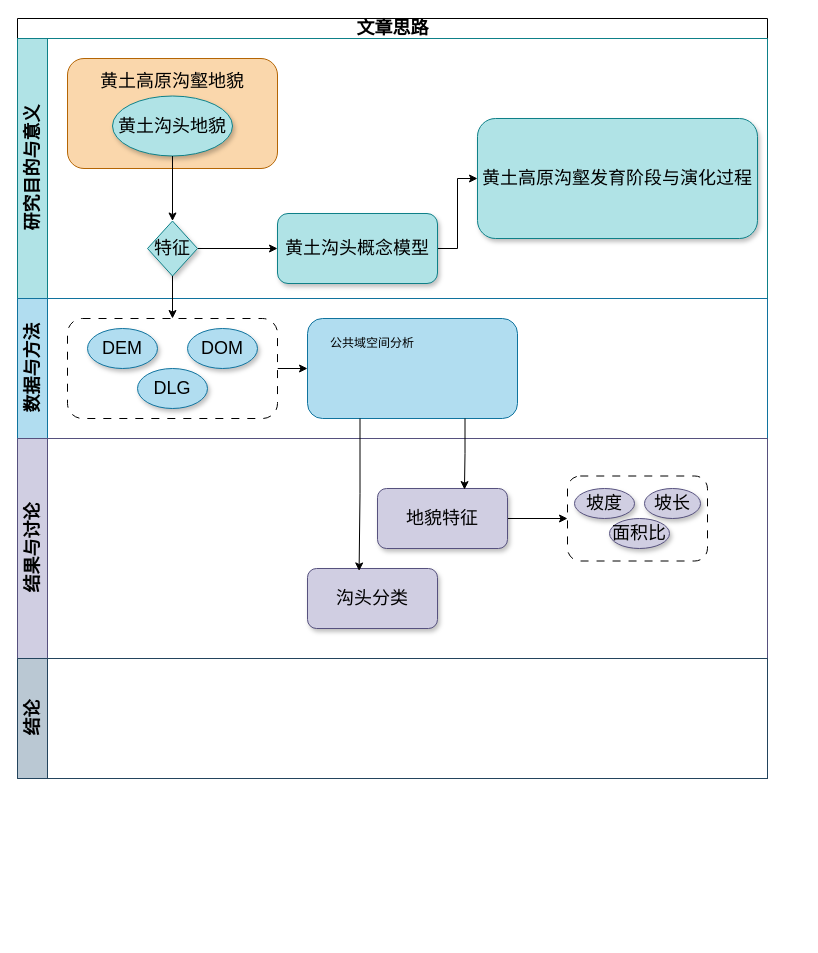
The draw.io diagram Genglish论文思维导图.drawio in lesmorts/Notes, before the edit. Source tidied: cells renumbered, new cells numbered last; positions are measured from the earlier drawing's top-left corner, leaving out a move shared by most shapes. Both pictures are drawn from the tidied source at 100%, with x=0, y=0 at pixel (17, 18).
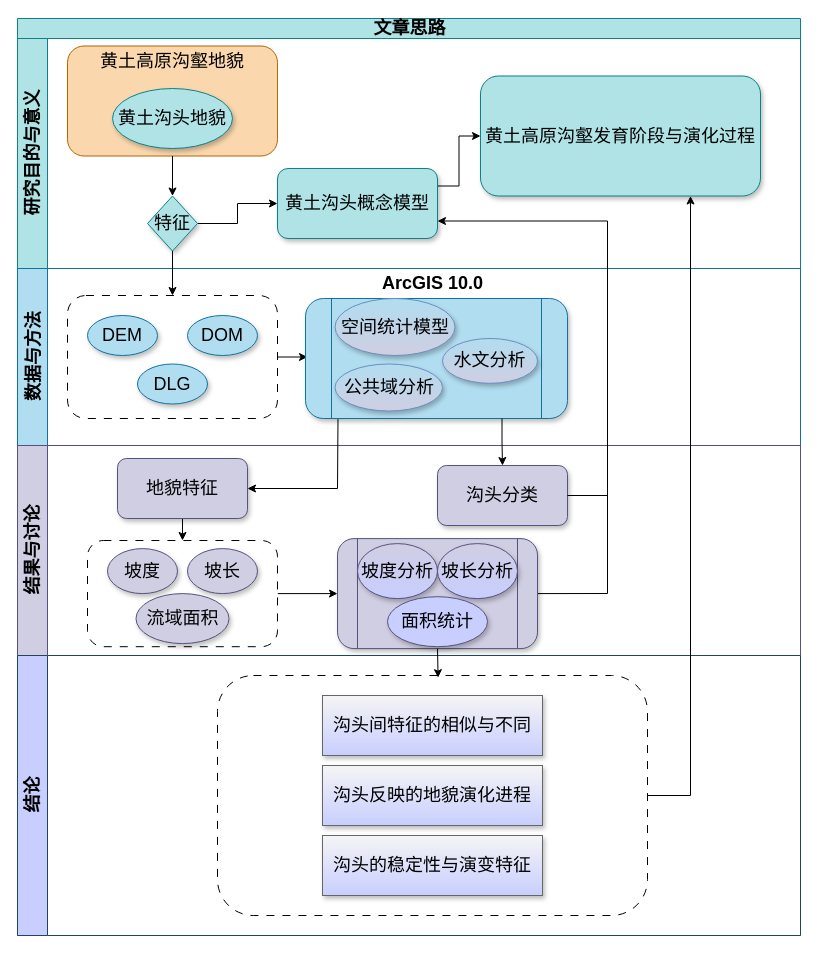
After the change.

Commit message:
更新Genglish论文思维导图.drawio

What changed in the source:
```diff
@@
-    <mxCell id="2" value="文章思路" style="swimlane;html=1;horizontal=1;startSize=20;swimlaneFillColor=default;direction=east;align=center;flipH=0;flipV=0;labelPosition=center;verticalLabelPosition=middle;verticalAlign=middle;fontSize=18;" parent="1" vertex="1">
-      <mxGeometry width="750" height="760" as="geometry" />
+    <mxCell id="2" value="文章思路" style="swimlane;html=1;horizontal=1;startSize=20;swimlaneFillColor=default;direction=east;align=center;flipH=0;flipV=0;labelPosition=center;verticalLabelPosition=middle;verticalAlign=middle;fontSize=18;fillColor=#b0e3e6;strokeColor=#0e8088;" parent="1" vertex="1">
+      <mxGeometry width="783" height="917" as="geometry" />
     </mxCell>
     <mxCell id="3" value="研究目的与意义" style="swimlane;html=1;startSize=30;horizontal=0;fontSize=18;fillColor=#b0e3e6;strokeColor=#0e8088;" parent="2" vertex="1">
-      <mxGeometry y="20" width="750" height="260" as="geometry" />
+      <mxGeometry y="20" width="783" height="230" as="geometry" />
     </mxCell>
     <mxCell id="4" style="rounded=1;whiteSpace=wrap;html=1;strokeColor=#b46504;align=center;verticalAlign=middle;swimlaneFillColor=default;fontFamily=Helvetica;fontSize=18;fontStyle=1;fillColor=#fad7ac;" parent="3" vertex="1">
-      <mxGeometry x="50" y="20" width="210" height="110" as="geometry" />
+      <mxGeometry x="50" y="7.5" width="210" height="110" as="geometry" />
     </mxCell>
     <mxCell id="5" value="&lt;span style=&quot;font-weight: normal; font-size: 18px;&quot;&gt;黄土沟头地貌&lt;/span&gt;" style="ellipse;whiteSpace=wrap;html=1;strokeColor=#0e8088;align=center;verticalAlign=middle;swimlaneFillColor=default;fontFamily=Helvetica;fontSize=18;fontStyle=1;fillColor=#b0e3e6;shadow=1;" parent="3" vertex="1">
-      <mxGeometry x="95" y="57.5" width="120" height="60" as="geometry" />
+      <mxGeometry x="95" y="50" width="120" height="60" as="geometry" />
     </mxCell>
     <mxCell id="6" value="&lt;span style=&quot;font-weight: normal; font-size: 18px;&quot;&gt;黄土高原沟壑地貌&lt;/span&gt;" style="text;html=1;align=center;verticalAlign=middle;whiteSpace=wrap;rounded=0;fontFamily=Helvetica;fontSize=18;fontColor=default;fontStyle=1;" parent="3" vertex="1">
-      <mxGeometry x="80" y="27.5" width="150" height="30" as="geometry" />
+      <mxGeometry x="80" y="7.5" width="150" height="30" as="geometry" />
     </mxCell>
-    <mxCell id="7" style="endArrow=classic;html=1;rounded=0;fontFamily=Helvetica;fontSize=18;fontColor=default;fontStyle=1;exitX=0.5;exitY=1;exitDx=0;exitDy=0;entryX=0.5;entryY=0;entryDx=0;entryDy=0;" parent="3" edge="1" source="5" target="9">
+    <mxCell id="7" style="endArrow=classic;html=1;rounded=0;fontFamily=Helvetica;fontSize=18;fontColor=default;fontStyle=1;exitX=0.5;exitY=1;exitDx=0;exitDy=0;entryX=0.5;entryY=0;entryDx=0;entryDy=0;" parent="3" edge="1" source="4" target="9">
       <mxGeometry relative="1" as="geometry" />
     </mxCell>
@@
     <mxCell id="9" value="&lt;span style=&quot;font-weight: normal; font-size: 18px;&quot;&gt;特征&lt;/span&gt;" style="rhombus;whiteSpace=wrap;html=1;strokeColor=#0e8088;align=center;verticalAlign=middle;swimlaneFillColor=default;fontFamily=Helvetica;fontSize=18;fontStyle=1;fillColor=#b0e3e6;shadow=1;rounded=0;" parent="3" vertex="1">
-      <mxGeometry x="130" y="182.5" width="50" height="55" as="geometry" />
+      <mxGeometry x="130" y="157.5" width="50" height="55" as="geometry" />
     </mxCell>
-    <mxCell id="10" style="edgeStyle=orthogonalEdgeStyle;rounded=0;jettySize=auto;html=1;fontFamily=Helvetica;fontSize=18;fontColor=default;fontStyle=1;" parent="3" edge="1" source="11" target="12">
+    <mxCell id="10" style="edgeStyle=orthogonalEdgeStyle;rounded=0;jettySize=auto;html=1;fontFamily=Helvetica;fontSize=18;fontColor=default;fontStyle=1;exitX=1;exitY=0.25;exitDx=0;exitDy=0;" parent="3" edge="1" source="11" target="12">
       <mxGeometry relative="1" as="geometry" />
     </mxCell>
     <mxCell id="11" value="&lt;span style=&quot;font-weight: 400; font-size: 18px;&quot;&gt;黄土沟头概念模型&lt;/span&gt;" style="whiteSpace=wrap;html=1;swimlaneFillColor=default;fontStyle=1;rounded=1;fontSize=18;fillColor=#b0e3e6;strokeColor=#0e8088;shadow=1;" parent="3" vertex="1">
-      <mxGeometry x="260" y="175" width="160" height="70" as="geometry" />
+      <mxGeometry x="260" y="130" width="160" height="70" as="geometry" />
     </mxCell>
     <mxCell id="12" value="&lt;span style=&quot;font-weight: normal; font-size: 18px;&quot;&gt;黄土高原沟壑发育阶段与演化过程&lt;/span&gt;" style="whiteSpace=wrap;html=1;fontSize=18;swimlaneFillColor=default;fontStyle=1;rounded=1;shadow=1;fillColor=#b0e3e6;strokeColor=#0e8088;" parent="3" vertex="1">
-      <mxGeometry x="460" y="80" width="280" height="120" as="geometry" />
+      <mxGeometry x="463" y="37.5" width="280" height="120" as="geometry" />
     </mxCell>
     <mxCell id="13" value="数据与方法" style="swimlane;html=1;startSize=30;horizontal=0;fontSize=18;fillColor=#b1ddf0;strokeColor=#10739e;" parent="2" vertex="1">
-      <mxGeometry y="280" width="750" height="140" as="geometry" />
+      <mxGeometry y="250" width="783" height="177" as="geometry" />
     </mxCell>
-    <mxCell id="14" style="edgeStyle=orthogonalEdgeStyle;rounded=0;jettySize=auto;html=1;exitX=1;exitY=0.5;exitDx=0;exitDy=0;" parent="13" edge="1" source="15" target="19">
-      <mxGeometry relative="1" as="geometry" />
+    <mxCell id="14" style="edgeStyle=orthogonalEdgeStyle;rounded=0;jettySize=auto;html=1;exitX=1;exitY=0.5;exitDx=0;exitDy=0;" parent="13" edge="1" source="15">
+      <mxGeometry relative="1" as="geometry">
+        <mxPoint x="290" y="88.5" as="targetPoint" />
+      </mxGeometry>
     </mxCell>
     <mxCell id="15" style="rounded=1;whiteSpace=wrap;html=1;strokeColor=default;align=center;verticalAlign=middle;swimlaneFillColor=default;fontFamily=Helvetica;fontSize=18;fontColor=default;fontStyle=1;fillColor=default;dashed=1;dashPattern=8 8;" parent="13" vertex="1">
-      <mxGeometry x="50" y="20" width="210" height="100" as="geometry" />
+      <mxGeometry x="50" y="27" width="210" height="123" as="geometry" />
     </mxCell>
     <mxCell id="16" value="&lt;font style=&quot;font-size: 18px; font-weight: normal;&quot;&gt;DEM&lt;/font&gt;" style="ellipse;whiteSpace=wrap;html=1;strokeColor=#10739e;align=center;verticalAlign=middle;swimlaneFillColor=default;fontFamily=Helvetica;fontSize=18;fontStyle=1;fillColor=#b1ddf0;shadow=1;" parent="13" vertex="1">
-      <mxGeometry x="70" y="30" width="70" height="40" as="geometry" />
+      <mxGeometry x="70" y="47" width="70" height="40" as="geometry" />
     </mxCell>
     <mxCell id="17" value="&lt;font style=&quot;font-size: 18px; font-weight: normal;&quot;&gt;DOM&lt;/font&gt;" style="ellipse;whiteSpace=wrap;html=1;strokeColor=#10739e;align=center;verticalAlign=middle;swimlaneFillColor=default;fontFamily=Helvetica;fontSize=18;fontStyle=1;fillColor=#b1ddf0;shadow=1;" parent="13" vertex="1">
-      <mxGeometry x="170" y="30" width="70" height="40" as="geometry" />
+      <mxGeometry x="170" y="47" width="70" height="40" as="geometry" />
     </mxCell>
     <mxCell id="18" value="&lt;font style=&quot;font-size: 18px; font-weight: normal;&quot;&gt;DLG&lt;/font&gt;" style="ellipse;whiteSpace=wrap;html=1;strokeColor=#10739e;align=center;verticalAlign=middle;swimlaneFillColor=default;fontFamily=Helvetica;fontSize=18;fontStyle=1;fillColor=#b1ddf0;shadow=1;" parent="13" vertex="1">
-      <mxGeometry x="120" y="70" width="70" height="40" as="geometry" />
+      <mxGeometry x="120" y="95.5" width="70" height="40" as="geometry" />
     </mxCell>
-    <mxCell id="19" style="rounded=1;whiteSpace=wrap;html=1;strokeColor=#10739e;align=center;verticalAlign=middle;swimlaneFillColor=default;fontFamily=Helvetica;fontSize=18;fontStyle=1;fillColor=#b1ddf0;" parent="13" vertex="1">
-      <mxGeometry x="290" y="20" width="210" height="100" as="geometry" />
-    </mxCell>
-    <mxCell id="20" value="公共域空间分析" style="text;html=1;align=center;verticalAlign=middle;whiteSpace=wrap;rounded=0;" parent="13" vertex="1">
-      <mxGeometry x="290" y="30" width="130" height="30" as="geometry" />
-    </mxCell>
+    <mxCell id="33" style="shape=process;whiteSpace=wrap;html=1;backgroundOutline=1;fillColor=#b1ddf0;strokeColor=#10739e;shadow=1;rounded=1;" parent="13" vertex="1">
+      <mxGeometry x="288" y="30" width="262" height="120" as="geometry" />
+    </mxCell>
+    <mxCell id="34" value="&lt;span style=&quot;font-weight: normal;&quot;&gt;空间统计模型&lt;/span&gt;" style="ellipse;whiteSpace=wrap;html=1;strokeColor=#6c8ebf;align=center;verticalAlign=middle;swimlaneFillColor=default;fontFamily=Helvetica;fontSize=18;fontStyle=1;fillColor=#b1ddf0;shadow=1;gradientColor=#d0cee2;" parent="13" vertex="1">
+      <mxGeometry x="317.5" y="30" width="120" height="57" as="geometry" />
+    </mxCell>
+    <mxCell id="35" value="&lt;b&gt;&lt;font style=&quot;font-size: 18px;&quot;&gt;ArcGIS 10.0&lt;/font&gt;&lt;/b&gt;" style="text;html=1;align=center;verticalAlign=middle;whiteSpace=wrap;rounded=0;" parent="13" vertex="1">
+      <mxGeometry x="362.5" width="105" height="30" as="geometry" />
+    </mxCell>
+    <mxCell id="36" value="&lt;font style=&quot;font-size: 18px; font-weight: normal;&quot;&gt;公共域分析&lt;/font&gt;" style="ellipse;whiteSpace=wrap;html=1;strokeColor=#6c8ebf;align=center;verticalAlign=middle;swimlaneFillColor=default;fontFamily=Helvetica;fontSize=18;fontStyle=1;fillColor=#b1ddf0;shadow=1;gradientColor=#d0cee2;" parent="13" vertex="1">
+      <mxGeometry x="317.5" y="95.5" width="107.5" height="47" as="geometry" />
+    </mxCell>
+    <mxCell id="37" value="&lt;span style=&quot;font-weight: normal;&quot;&gt;水文分析&lt;/span&gt;" style="ellipse;whiteSpace=wrap;html=1;strokeColor=#6c8ebf;align=center;verticalAlign=middle;swimlaneFillColor=default;fontFamily=Helvetica;fontSize=18;fontStyle=1;fillColor=#b1ddf0;shadow=1;gradientColor=#d0cee2;" parent="13" vertex="1">
+      <mxGeometry x="425" y="70" width="95" height="44.8" as="geometry" />
+    </mxCell>
+    <mxCell id="38" style="endArrow=none;html=1;rounded=0;horizontal=1;verticalAlign=middle;exitX=1;exitY=0.5;exitDx=0;exitDy=0;" parent="2" edge="1" source="41">
+      <mxGeometry relative="1" as="geometry">
+        <mxPoint x="590" y="470" as="targetPoint" />
+        <Array as="points">
+          <mxPoint x="590" y="575" />
+        </Array>
+      </mxGeometry>
+    </mxCell>
+    <mxCell id="39" style="edgeStyle=orthogonalEdgeStyle;rounded=0;jettySize=auto;html=1;exitX=0.5;exitY=1;exitDx=0;exitDy=0;" parent="2" edge="1" source="21" target="46">
+      <mxGeometry relative="1" as="geometry" />
+    </mxCell>
     <mxCell id="21" value="结果与讨论" style="swimlane;html=1;startSize=30;horizontal=0;direction=east;fontSize=18;fillColor=#d0cee2;strokeColor=#56517e;" parent="2" vertex="1">
-      <mxGeometry y="420" width="750" height="220" as="geometry" />
+      <mxGeometry y="427" width="783" height="210" as="geometry" />
     </mxCell>
     <mxCell id="22" value="&lt;span style=&quot;font-weight: normal;&quot;&gt;沟头分类&lt;/span&gt;" style="rounded=1;whiteSpace=wrap;html=1;strokeColor=#56517e;align=center;verticalAlign=middle;swimlaneFillColor=default;fontFamily=Helvetica;fontSize=18;fontStyle=1;fillColor=#d0cee2;shadow=1;" parent="21" vertex="1">
-      <mxGeometry x="290" y="130" width="130" height="60" as="geometry" />
+      <mxGeometry x="420" y="20" width="130" height="60" as="geometry" />
     </mxCell>
-    <mxCell id="23" style="edgeStyle=orthogonalEdgeStyle;rounded=0;jettySize=auto;html=1;exitX=1;exitY=0.5;exitDx=0;exitDy=0;entryX=0;entryY=0.5;entryDx=0;entryDy=0;" parent="21" edge="1" source="24" target="25">
+    <mxCell id="23" style="edgeStyle=orthogonalEdgeStyle;rounded=0;jettySize=auto;html=1;exitX=0.5;exitY=1;exitDx=0;exitDy=0;entryX=0.5;entryY=0;entryDx=0;entryDy=0;" parent="21" edge="1" source="24" target="25">
       <mxGeometry relative="1" as="geometry" />
     </mxCell>
     <mxCell id="24" value="&lt;span style=&quot;font-weight: normal;&quot;&gt;地貌特征&lt;/span&gt;" style="rounded=1;whiteSpace=wrap;html=1;strokeColor=#56517e;align=center;verticalAlign=middle;swimlaneFillColor=default;fontFamily=Helvetica;fontSize=18;fontStyle=1;fillColor=#d0cee2;shadow=1;" parent="21" vertex="1">
-      <mxGeometry x="360" y="50" width="130" height="60" as="geometry" />
+      <mxGeometry x="100" y="13" width="130" height="60" as="geometry" />
     </mxCell>
+    <mxCell id="40" style="edgeStyle=orthogonalEdgeStyle;rounded=0;jettySize=auto;html=1;exitX=1;exitY=0.5;exitDx=0;exitDy=0;entryX=0;entryY=0.5;entryDx=0;entryDy=0;" parent="21" edge="1" source="25" target="41">
+      <mxGeometry relative="1" as="geometry" />
+    </mxCell>
     <mxCell id="25" style="rounded=1;whiteSpace=wrap;html=1;strokeColor=default;align=center;verticalAlign=middle;swimlaneFillColor=default;fontFamily=Helvetica;fontSize=18;fontColor=default;fontStyle=1;fillColor=default;dashed=1;dashPattern=8 8;shadow=0;" parent="21" vertex="1">
-      <mxGeometry x="550" y="37.5" width="140" height="85" as="geometry" />
+      <mxGeometry x="70" y="95" width="190" height="106.2" as="geometry" />
     </mxCell>
     <mxCell id="26" value="&lt;font style=&quot;font-size: 18px; font-weight: normal;&quot;&gt;坡度&lt;/font&gt;" style="ellipse;whiteSpace=wrap;html=1;strokeColor=#56517e;align=center;verticalAlign=middle;swimlaneFillColor=default;fontFamily=Helvetica;fontSize=18;fontStyle=1;fillColor=#d0cee2;shadow=1;" parent="21" vertex="1">
-      <mxGeometry x="557" y="50" width="60" height="30" as="geometry" />
+      <mxGeometry x="90" y="103.1" width="70" height="45" as="geometry" />
     </mxCell>
     <mxCell id="27" value="&lt;span style=&quot;font-weight: 400;&quot;&gt;坡长&lt;/span&gt;" style="ellipse;whiteSpace=wrap;html=1;strokeColor=#56517e;align=center;verticalAlign=middle;swimlaneFillColor=default;fontFamily=Helvetica;fontSize=18;fontStyle=1;fillColor=#d0cee2;shadow=1;" parent="21" vertex="1">
-      <mxGeometry x="627" y="50" width="56" height="30" as="geometry" />
+      <mxGeometry x="170" y="103.1" width="70" height="45" as="geometry" />
     </mxCell>
-    <mxCell id="28" value="&lt;span style=&quot;font-weight: 400;&quot;&gt;面积比&lt;/span&gt;" style="ellipse;whiteSpace=wrap;html=1;strokeColor=#56517e;align=center;verticalAlign=middle;swimlaneFillColor=default;fontFamily=Helvetica;fontSize=18;fontStyle=1;fillColor=#d0cee2;shadow=1;" parent="21" vertex="1">
-      <mxGeometry x="592" y="80" width="60" height="30" as="geometry" />
+    <mxCell id="28" value="&lt;span style=&quot;font-weight: 400;&quot;&gt;流域面积&lt;/span&gt;" style="ellipse;whiteSpace=wrap;html=1;strokeColor=#56517e;align=center;verticalAlign=middle;swimlaneFillColor=default;fontFamily=Helvetica;fontSize=18;fontStyle=1;fillColor=#d0cee2;shadow=1;" parent="21" vertex="1">
+      <mxGeometry x="118.5" y="148.1" width="93" height="50" as="geometry" />
     </mxCell>
+    <mxCell id="41" style="shape=process;whiteSpace=wrap;html=1;backgroundOutline=1;rounded=1;shadow=1;fillColor=#d0cee2;strokeColor=#56517e;" parent="21" vertex="1">
+      <mxGeometry x="320" y="93.1" width="200" height="110" as="geometry" />
+    </mxCell>
+    <mxCell id="42" value="&lt;font style=&quot;font-size: 18px; font-weight: normal;&quot;&gt;坡度分析&lt;/font&gt;" style="ellipse;whiteSpace=wrap;html=1;strokeColor=#56517e;align=center;verticalAlign=middle;swimlaneFillColor=default;fontFamily=Helvetica;fontSize=18;fontStyle=1;fillColor=#d0cee2;shadow=1;gradientColor=#c8cefe;" parent="21" vertex="1">
+      <mxGeometry x="340" y="98.1" width="80" height="55" as="geometry" />
+    </mxCell>
+    <mxCell id="43" value="&lt;font style=&quot;font-size: 18px; font-weight: normal;&quot;&gt;坡长分析&lt;/font&gt;" style="ellipse;whiteSpace=wrap;html=1;strokeColor=#56517e;align=center;verticalAlign=middle;swimlaneFillColor=default;fontFamily=Helvetica;fontSize=18;fontStyle=1;fillColor=#d0cee2;shadow=1;gradientColor=#c8cefe;" parent="21" vertex="1">
+      <mxGeometry x="420" y="98.1" width="80" height="55" as="geometry" />
+    </mxCell>
+    <mxCell id="44" value="&lt;font style=&quot;font-size: 18px; font-weight: normal;&quot;&gt;面积统计&lt;/font&gt;" style="ellipse;whiteSpace=wrap;html=1;strokeColor=#56517e;align=center;verticalAlign=middle;swimlaneFillColor=default;fontFamily=Helvetica;fontSize=18;fontStyle=1;fillColor=#c8cefe;shadow=1;gradientColor=#c8cefe;" parent="21" vertex="1">
+      <mxGeometry x="370" y="151.2" width="100" height="50" as="geometry" />
+    </mxCell>
+    <mxCell id="30" style="edgeStyle=orthogonalEdgeStyle;rounded=0;jettySize=auto;html=1;exitX=0.5;exitY=1;exitDx=0;exitDy=0;fontFamily=Helvetica;fontSize=18;fontColor=default;fontStyle=1;entryX=0.5;entryY=0;entryDx=0;entryDy=0;" parent="2" edge="1" source="9" target="15">
+      <mxGeometry relative="1" as="geometry" />
+    </mxCell>
+    <mxCell id="45" style="edgeStyle=orthogonalEdgeStyle;rounded=0;jettySize=auto;html=1;exitX=1;exitY=0.5;exitDx=0;exitDy=0;entryX=1;entryY=0.75;entryDx=0;entryDy=0;" parent="2" edge="1" source="22" target="11">
+      <mxGeometry relative="1" as="geometry">
+        <Array as="points">
+          <mxPoint x="590" y="477" />
+          <mxPoint x="590" y="203" />
+        </Array>
+      </mxGeometry>
+    </mxCell>
-    <mxCell id="29" value="结论" style="swimlane;html=1;startSize=30;horizontal=0;fontSize=18;fillColor=#bac8d3;strokeColor=#23445d;" parent="2" vertex="1">
-      <mxGeometry y="640" width="750" height="120" as="geometry" />
+    <mxCell id="29" value="结论" style="swimlane;html=1;startSize=30;horizontal=0;fontSize=18;fillColor=#c8cefe;strokeColor=#23445d;swimlaneFillColor=default;" parent="2" vertex="1">
+      <mxGeometry y="637" width="783" height="280" as="geometry" />
     </mxCell>
-    <mxCell id="30" style="edgeStyle=orthogonalEdgeStyle;rounded=0;jettySize=auto;html=1;exitX=0.5;exitY=1;exitDx=0;exitDy=0;fontFamily=Helvetica;fontSize=18;fontColor=default;fontStyle=1;entryX=0.5;entryY=0;entryDx=0;entryDy=0;" parent="2" edge="1" source="9" target="15">
-      <mxGeometry relative="1" as="geometry" />
-    </mxCell>
-    <mxCell id="31" style="edgeStyle=orthogonalEdgeStyle;rounded=0;jettySize=auto;html=1;exitX=0.25;exitY=1;exitDx=0;exitDy=0;entryX=0.397;entryY=0.041;entryDx=0;entryDy=0;entryPerimeter=0;fontFamily=Helvetica;fontSize=12;fontColor=default;fontStyle=1;" parent="2" edge="1" source="19" target="22">
-      <mxGeometry relative="1" as="geometry" />
-    </mxCell>
-    <mxCell id="32" style="edgeStyle=orthogonalEdgeStyle;rounded=0;jettySize=auto;html=1;exitX=0.75;exitY=1;exitDx=0;exitDy=0;entryX=0.669;entryY=0.018;entryDx=0;entryDy=0;entryPerimeter=0;fontFamily=Helvetica;fontSize=12;fontColor=default;fontStyle=1;" parent="2" edge="1" source="19" target="24">
-      <mxGeometry relative="1" as="geometry" />
-    </mxCell>
+    <mxCell id="46" style="rounded=1;whiteSpace=wrap;html=1;dashed=1;dashPattern=8 8;" parent="29" vertex="1">
+      <mxGeometry x="200" y="20" width="430" height="240" as="geometry" />
+    </mxCell>
+    <mxCell id="47" value="沟头间特征的相似与不同" style="rounded=0;whiteSpace=wrap;html=1;fontSize=18;shadow=1;fillColor=#f5f5f5;horizontal=1;verticalAlign=middle;gradientColor=#c8cefe;strokeColor=#666666;" parent="29" vertex="1">
+      <mxGeometry x="305" y="40" width="220" height="60" as="geometry" />
+    </mxCell>
+    <mxCell id="48" value="沟头反映的地貌演化进程" style="rounded=0;whiteSpace=wrap;html=1;fontSize=18;shadow=1;fillColor=#f5f5f5;horizontal=1;verticalAlign=middle;gradientColor=#c8cefe;strokeColor=#666666;" parent="29" vertex="1">
+      <mxGeometry x="305" y="110" width="220" height="60" as="geometry" />
+    </mxCell>
+    <mxCell id="49" value="沟头的稳定性与演变特征" style="rounded=0;whiteSpace=wrap;html=1;fontSize=18;shadow=1;fillColor=#f5f5f5;horizontal=1;verticalAlign=middle;gradientColor=#c8cefe;strokeColor=#666666;" parent="29" vertex="1">
+      <mxGeometry x="305" y="180" width="220" height="60" as="geometry" />
+    </mxCell>
+    <mxCell id="50" style="edgeStyle=orthogonalEdgeStyle;rounded=0;jettySize=auto;html=1;exitX=0.5;exitY=1;exitDx=0;exitDy=0;entryX=0.513;entryY=0.009;entryDx=0;entryDy=0;entryPerimeter=0;" parent="2" edge="1" source="41" target="46">
+      <mxGeometry relative="1" as="geometry" />
+    </mxCell>
+    <mxCell id="51" style="edgeStyle=orthogonalEdgeStyle;rounded=0;jettySize=auto;html=1;exitX=1;exitY=0.5;exitDx=0;exitDy=0;entryX=0.75;entryY=1;entryDx=0;entryDy=0;" parent="2" edge="1" source="46" target="12">
+      <mxGeometry relative="1" as="geometry" />
+    </mxCell>
+    <mxCell id="52" style="endArrow=classic;html=1;rounded=0;entryX=1;entryY=0.5;entryDx=0;entryDy=0;exitX=0.124;exitY=1.005;exitDx=0;exitDy=0;exitPerimeter=0;" parent="2" edge="1" source="33" target="24">
+      <mxGeometry relative="1" as="geometry">
+        <Array as="points">
+          <mxPoint x="320" y="470" />
+        </Array>
+      </mxGeometry>
+    </mxCell>
+    <mxCell id="53" style="edgeStyle=orthogonalEdgeStyle;rounded=0;jettySize=auto;html=1;exitX=0.75;exitY=1;exitDx=0;exitDy=0;entryX=0.5;entryY=0;entryDx=0;entryDy=0;" parent="2" edge="1" source="33" target="22">
+      <mxGeometry relative="1" as="geometry" />
+    </mxCell>
```
